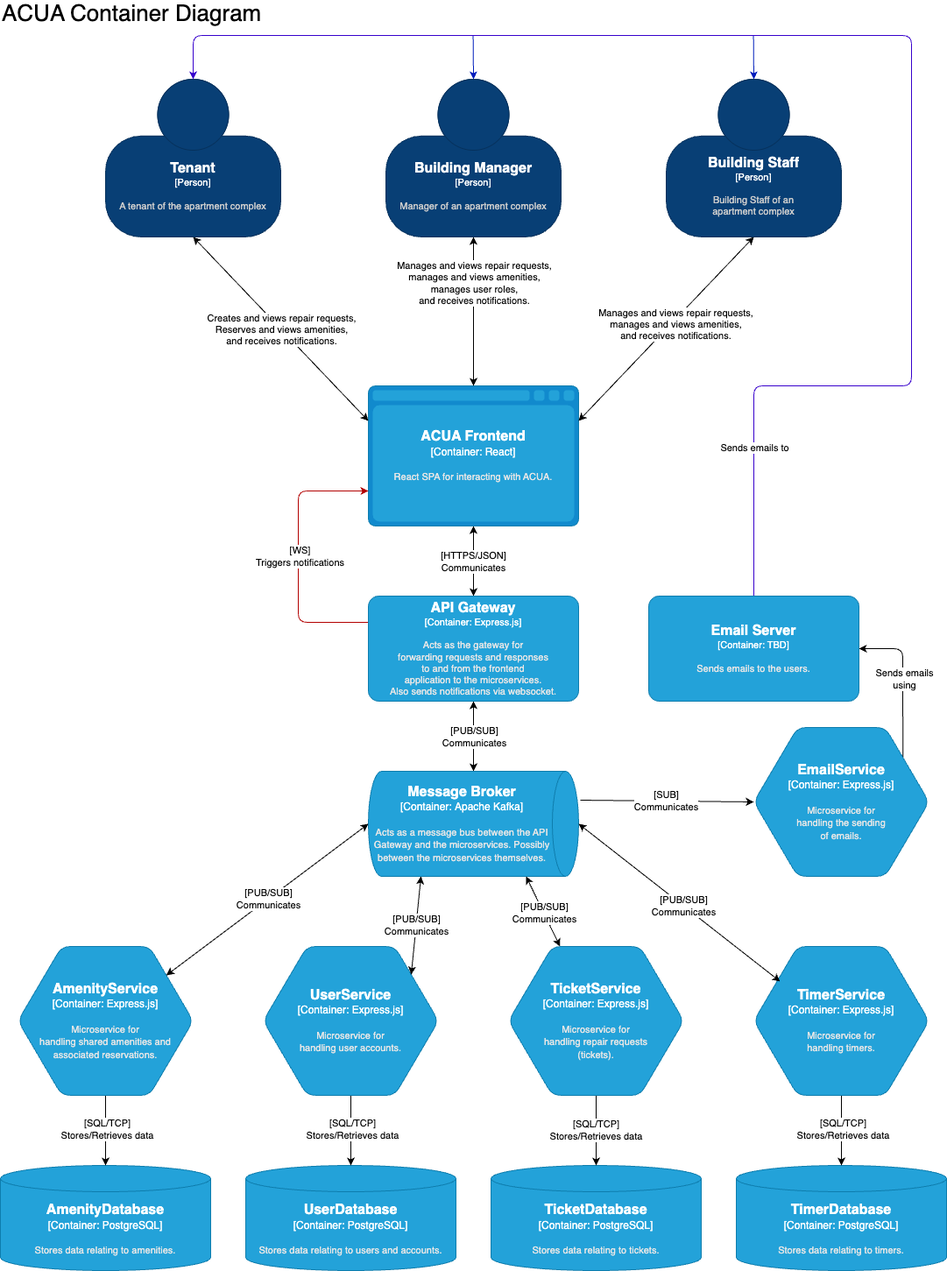
This is docs/media/c2-container.png from MPFGlaser/ApartmentComplexUtilityApp, a draw.io export, as it was before one commit. Source tidied: cells renumbered, new cells last; positions are measured from the earlier drawing's top-left corner, leaving out a move shared by most shapes.
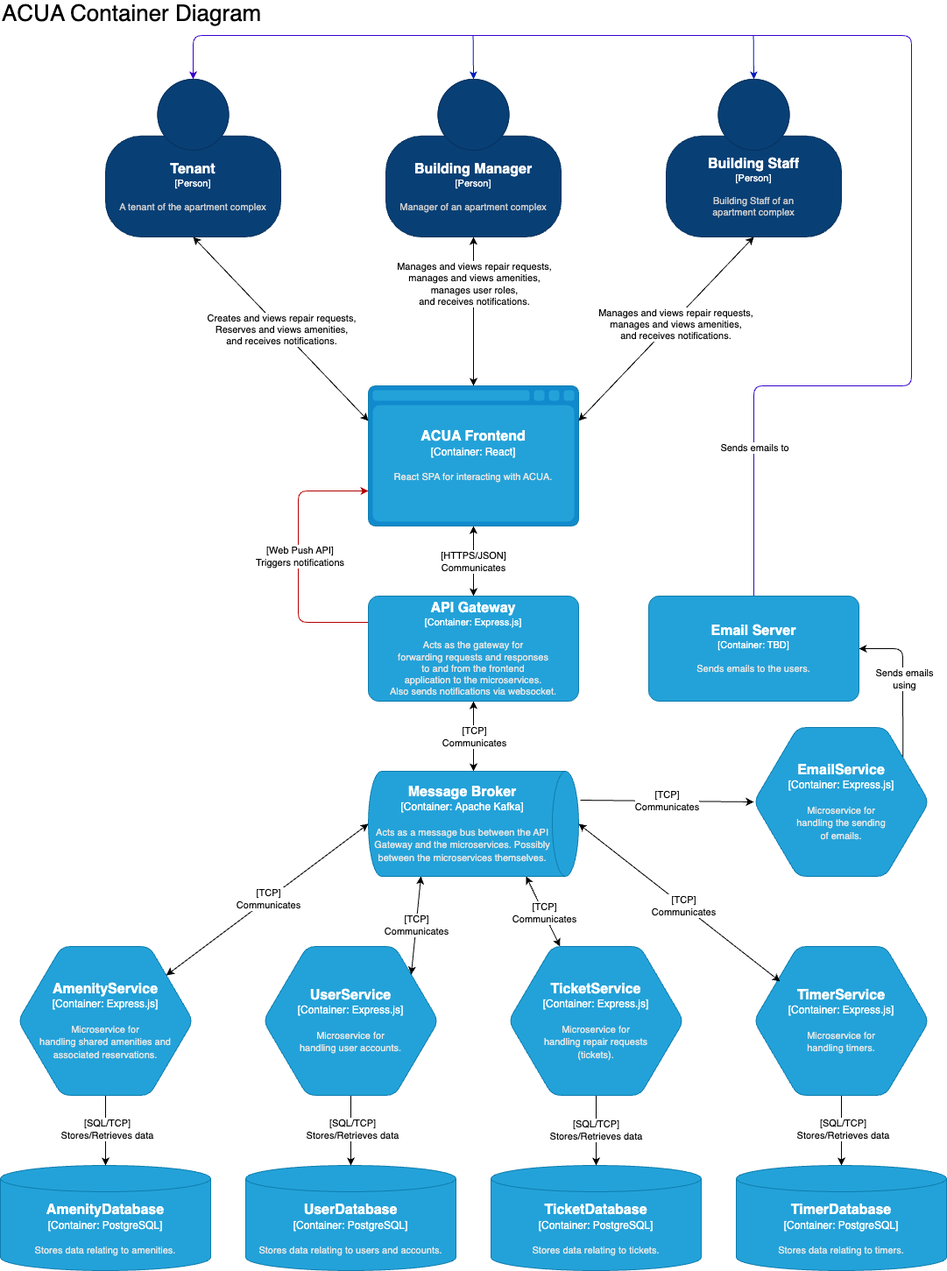
After the change.

The edit, as a diff of the source:
```diff
@@ -32,7 +32,7 @@
     <mxCell id="9" style="edgeStyle=none;html=1;exitX=0.5;exitY=1;exitDx=0;exitDy=0;exitPerimeter=0;entryX=0;entryY=0.5;entryDx=0;entryDy=0;entryPerimeter=0;startArrow=classic;startFill=1;" parent="1" edge="1" source="13" target="19">
       <mxGeometry relative="1" as="geometry" />
     </mxCell>
-    <mxCell id="10" value="[PUB/SUB]&lt;br&gt;Communicates" style="edgeLabel;html=1;align=center;verticalAlign=middle;" parent="9" vertex="1">
+    <mxCell id="10" value="[TCP]&lt;br&gt;Communicates" style="edgeLabel;html=1;align=center;verticalAlign=middle;" parent="9" vertex="1">
       <mxGeometry relative="1" as="geometry" />
     </mxCell>
     <mxCell id="11" style="edgeStyle=none;html=1;exitX=0;exitY=0.25;exitDx=0;exitDy=0;exitPerimeter=0;entryX=0;entryY=0.75;entryDx=0;entryDy=0;entryPerimeter=0;fontSize=26;startArrow=none;startFill=0;fillColor=#e51400;strokeColor=#B20000;" parent="1" edge="1" source="13" target="8">
@@ -43,7 +43,7 @@
         </Array>
       </mxGeometry>
     </mxCell>
-    <mxCell id="12" value="[WS]&lt;br&gt;Triggers notifications" style="edgeLabel;html=1;align=center;verticalAlign=middle;fontSize=11;" parent="11" vertex="1">
+    <mxCell id="12" value="[Web Push API]&lt;br&gt;Triggers notifications" style="edgeLabel;html=1;align=center;verticalAlign=middle;fontSize=11;" parent="11" vertex="1">
       <mxGeometry x="0.01" y="-1" relative="1" as="geometry" />
     </mxCell>
     <object id="13" label="&lt;font style=&quot;font-size: 16px&quot;&gt;&lt;b&gt;%c4Name%&lt;/b&gt;&lt;/font&gt;&lt;div&gt;[%c4Type%: %c4Technology%]&lt;/div&gt;&lt;br&gt;&lt;div&gt;&lt;font style=&quot;font-size: 11px&quot;&gt;&lt;font color=&quot;#E6E6E6&quot;&gt;%c4Description%&lt;/font&gt;&lt;/div&gt;" c4Description="Acts as the gateway for &#10;forwarding requests and responses &#10;to and from the frontend &#10;application to the microservices.&#10;Also sends notifications via websocket." c4Name="API Gateway" c4Technology="Express.js" c4Type="Container" placeholders="1">
@@ -54,16 +54,16 @@
     <mxCell id="14" style="edgeStyle=none;html=1;exitX=1;exitY=0.75;exitDx=0;exitDy=0;exitPerimeter=0;entryX=0.845;entryY=0.188;entryDx=0;entryDy=0;entryPerimeter=0;startArrow=classic;startFill=1;" parent="1" edge="1" source="19" target="5">
       <mxGeometry relative="1" as="geometry" />
     </mxCell>
-    <mxCell id="15" value="[PUB/SUB]&lt;br&gt;Communicates" style="edgeLabel;html=1;align=center;verticalAlign=middle;" parent="14" vertex="1">
+    <mxCell id="15" value="[TCP]&lt;br&gt;Communicates" style="edgeLabel;html=1;align=center;verticalAlign=middle;" parent="14" vertex="1">
       <mxGeometry x="-0.01" relative="1" as="geometry" />
     </mxCell>
     <mxCell id="16" style="edgeStyle=none;html=1;exitX=1;exitY=0.25;exitDx=0;exitDy=0;exitPerimeter=0;startArrow=classic;startFill=1;" parent="1" edge="1" source="19" target="22">
       <mxGeometry relative="1" as="geometry" />
     </mxCell>
-    <mxCell id="17" value="[PUB/SUB]&lt;br&gt;Communicates" style="edgeLabel;html=1;align=center;verticalAlign=middle;" parent="16" vertex="1">
+    <mxCell id="17" value="[TCP]&lt;br&gt;Communicates" style="edgeLabel;html=1;align=center;verticalAlign=middle;" parent="16" vertex="1">
       <mxGeometry x="0.04" relative="1" as="geometry" />
     </mxCell>
-    <mxCell id="18" value="[SUB]&lt;br&gt;Communicates" style="edgeStyle=none;html=1;exitX=0.275;exitY=-0.008;exitDx=0;exitDy=0;exitPerimeter=0;entryX=0;entryY=0.5;entryDx=0;entryDy=0;entryPerimeter=0;" parent="1" edge="1" source="19" target="49">
+    <mxCell id="18" value="[TCP]&lt;br&gt;Communicates" style="edgeStyle=none;html=1;exitX=0.275;exitY=-0.008;exitDx=0;exitDy=0;exitPerimeter=0;entryX=0;entryY=0.5;entryDx=0;entryDy=0;entryPerimeter=0;" parent="1" edge="1" source="19" target="49">
       <mxGeometry relative="1" as="geometry" />
     </mxCell>
     <object id="19" label="&lt;font style=&quot;font-size: 16px&quot;&gt;&lt;b&gt;%c4Type%&lt;/b&gt;&lt;/font&gt;&lt;div&gt;[%c4Container%:&amp;nbsp;%c4Technology%]&lt;/div&gt;&lt;br&gt;&lt;div&gt;&lt;font style=&quot;font-size: 11px&quot;&gt;&lt;font color=&quot;#E6E6E6&quot;&gt;%c4Description%&lt;/font&gt;&lt;/div&gt;" c4Container="Container" c4Description="Acts as a message bus between the API Gateway and the microservices. Possibly between the microservices themselves." c4Technology="Apache Kafka" c4Type="Message Broker" placeholders="1">
@@ -119,13 +119,13 @@
     <mxCell id="31" style="edgeStyle=none;html=1;exitX=0.5;exitY=1;exitDx=0;exitDy=0;exitPerimeter=0;startArrow=classic;startFill=1;" parent="1" edge="1" source="19" target="26">
       <mxGeometry relative="1" as="geometry" />
     </mxCell>
-    <mxCell id="32" value="[PUB/SUB]&lt;br&gt;Communicates" style="edgeLabel;html=1;align=center;verticalAlign=middle;" parent="31" vertex="1">
+    <mxCell id="32" value="[TCP]&lt;br&gt;Communicates" style="edgeLabel;html=1;align=center;verticalAlign=middle;" parent="31" vertex="1">
       <mxGeometry x="-0.01" relative="1" as="geometry" />
     </mxCell>
     <mxCell id="33" style="edgeStyle=none;html=1;exitX=0.5;exitY=0;exitDx=0;exitDy=0;exitPerimeter=0;startArrow=classic;startFill=1;entryX=0.15;entryY=0.235;entryDx=0;entryDy=0;entryPerimeter=0;" parent="1" edge="1" source="19" target="30">
       <mxGeometry relative="1" as="geometry" />
     </mxCell>
-    <mxCell id="34" value="[PUB/SUB]&lt;br&gt;Communicates" style="edgeLabel;html=1;align=center;verticalAlign=middle;" parent="33" vertex="1">
+    <mxCell id="34" value="[TCP]&lt;br&gt;Communicates" style="edgeLabel;html=1;align=center;verticalAlign=middle;" parent="33" vertex="1">
       <mxGeometry x="0.04" relative="1" as="geometry" />
     </mxCell>
     <mxCell id="35" style="edgeStyle=none;html=1;exitX=0.5;exitY=1;exitDx=0;exitDy=0;exitPerimeter=0;entryX=0;entryY=0.25;entryDx=0;entryDy=0;entryPerimeter=0;startArrow=classic;startFill=1;" parent="1" edge="1" source="37" target="8">
```
